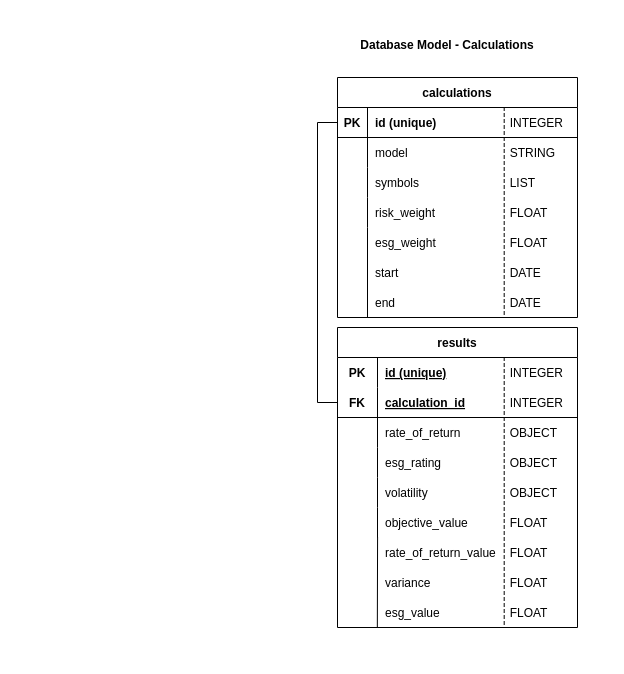
Before: docs/db/db_model_calculations.drawio in openkfw/qupo, a draw.io diagram. Source tidied: cells renumbered, new cells numbered last; positions are measured from the earlier drawing's top-left corner, leaving out a move shared by most shapes. Both pictures are drawn from the tidied source at 100%, with x=0, y=0 at pixel (287, 17).
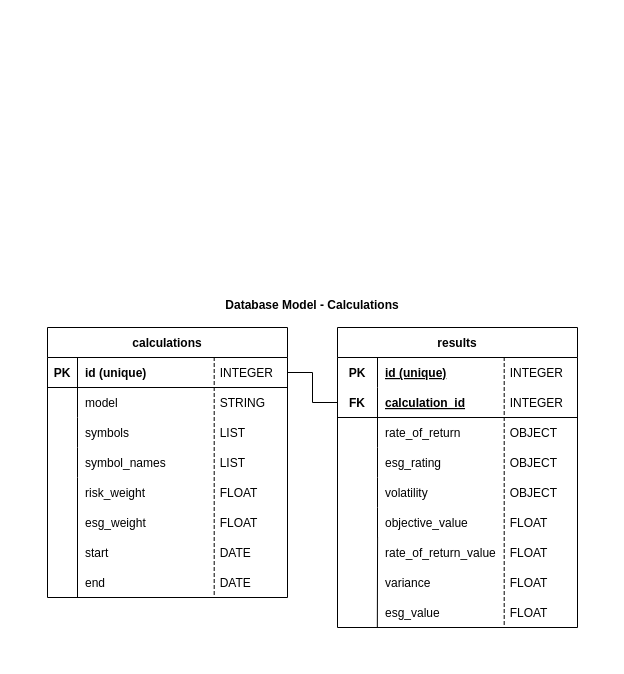
The same diagram, later.

The change refers to these unchanged cells:
```xml
<mxCell id="8" style="shape=tableRow;horizontal=0;startSize=0;swimlaneHead=0;swimlaneBody=0;fillColor=none;points=[[0,0.5],[1,0.5]];portConstraint=eastwest;top=0;left=0;right=0;bottom=1;" parent="4" vertex="1">
  <mxGeometry y="60" width="240" height="30" as="geometry" />
</mxCell>
<mxCell id="37" style="shape=tableRow;horizontal=0;startSize=0;swimlaneHead=0;swimlaneBody=0;fillColor=none;points=[[0,0.5],[1,0.5]];portConstraint=eastwest;top=0;left=0;right=0;bottom=1;" parent="36" vertex="1">
  <mxGeometry y="30" width="240" height="30" as="geometry" />
</mxCell>
<mxCell id="46" style="shape=tableRow;horizontal=0;startSize=0;swimlaneHead=0;swimlaneBody=0;fillColor=none;top=0;left=0;right=0;bottom=0;" parent="36" vertex="1">
  <mxGeometry y="120" width="240" height="30" as="geometry" />
</mxCell>
```

Change to the diagram source:
```diff
@@
     <mxCell id="2" value="&lt;br&gt;Database Model - Calculations" style="rounded=0;whiteSpace=wrap;html=1;verticalAlign=top;fontStyle=1;strokeWidth=0;strokeColor=none;" parent="1" vertex="1">
-      <mxGeometry width="320" height="630" as="geometry" />
+      <mxGeometry x="-270" y="260" width="590" height="380" as="geometry" />
     </mxCell>
@@
     <mxCell id="35" style="group;" parent="1" vertex="1">
-      <mxGeometry x="50" y="60" width="240" height="240" as="geometry" />
+      <mxGeometry x="-240" y="340" width="240" height="240" as="geometry" />
     </mxCell>
     <mxCell id="36" value="calculations" style="shape=table;startSize=30;childLayout=tableLayout;rowLines=0;fontStyle=1;align=center;" parent="35" vertex="1">
-      <mxGeometry width="240" height="240" as="geometry" />
+      <mxGeometry y="-30" width="240" height="270" as="geometry" />
     </mxCell>
@@
-    <mxCell id="48" value="risk_weight" style="shape=partialRectangle;fillColor=none;top=0;left=0;bottom=0;right=0;align=left;spacingLeft=6;overflow=hidden;" parent="46" vertex="1">
+    <mxCell id="48" value="symbol_names" style="shape=partialRectangle;fillColor=none;top=0;left=0;bottom=0;right=0;align=left;spacingLeft=6;overflow=hidden;" parent="46" vertex="1">
       <mxGeometry x="30" width="210" height="30" as="geometry" />
     </mxCell>
     <mxCell id="49" value="  INTEGER" style="shape=partialRectangle;fillColor=none;align=left;verticalAlign=middle;strokeColor=none;spacingLeft=34;points=[[0,0.5],[1,0.5]];portConstraint=eastwest;" parent="35" vertex="1">
-      <mxGeometry x="130" y="30" width="110" height="30" as="geometry" />
+      <mxGeometry x="130" width="110" height="30" as="geometry" />
     </mxCell>
@@
     <mxCell id="51" value="  STRING" style="shape=partialRectangle;fillColor=none;align=left;verticalAlign=middle;strokeColor=none;spacingLeft=34;" parent="35" vertex="1">
-      <mxGeometry x="130" y="60" width="110" height="30" as="geometry" />
+      <mxGeometry x="130" y="30" width="110" height="30" as="geometry" />
     </mxCell>
@@
     <mxCell id="53" value="  LIST" style="shape=partialRectangle;fillColor=none;align=left;verticalAlign=middle;strokeColor=none;spacingLeft=34;" parent="35" vertex="1">
-      <mxGeometry x="130" y="90" width="110" height="30" as="geometry" />
+      <mxGeometry x="130" y="60" width="110" height="30" as="geometry" />
     </mxCell>
@@
-    <mxCell id="55" value="  FLOAT" style="shape=partialRectangle;fillColor=none;align=left;verticalAlign=middle;strokeColor=none;spacingLeft=34;" parent="35" vertex="1">
-      <mxGeometry x="130" y="120" width="110" height="30" as="geometry" />
+    <mxCell id="55" value="  LIST" style="shape=partialRectangle;fillColor=none;align=left;verticalAlign=middle;strokeColor=none;spacingLeft=34;" parent="35" vertex="1">
+      <mxGeometry x="130" y="90" width="110" height="30" as="geometry" />
     </mxCell>
@@
-    <mxCell id="60" style="edgeStyle=orthogonalEdgeStyle;rounded=0;jettySize=auto;html=1;exitX=0;exitY=0.5;exitDx=0;exitDy=0;entryX=0;entryY=0.5;entryDx=0;entryDy=0;endArrow=none;endFill=0;" parent="1" edge="1" source="37" target="8">
-      <mxGeometry relative="1" as="geometry" />
-    </mxCell>
@@
     <mxCell id="77" value="  FLOAT" style="shape=partialRectangle;fillColor=none;align=left;verticalAlign=middle;strokeColor=none;spacingLeft=34;" parent="1" vertex="1">
-      <mxGeometry x="180" y="210" width="110" height="30" as="geometry" />
+      <mxGeometry x="-110" y="490" width="110" height="30" as="geometry" />
     </mxCell>
@@
     <mxCell id="79" style="shape=tableRow;horizontal=0;startSize=0;swimlaneHead=0;swimlaneBody=0;fillColor=none;top=0;left=0;right=0;bottom=0;" parent="1" vertex="1">
-      <mxGeometry x="50" y="210" width="240" height="30" as="geometry" />
+      <mxGeometry x="-240" y="490" width="240" height="30" as="geometry" />
     </mxCell>
@@
     <mxCell id="81" style="endArrow=none;html=1;rounded=0;" parent="1" edge="1">
       <mxGeometry relative="1" as="geometry">
-        <mxPoint x="80" y="300" as="sourcePoint" />
-        <mxPoint x="80" y="210" as="targetPoint" />
+        <mxPoint x="-210" y="580" as="sourcePoint" />
+        <mxPoint x="-210" y="460" as="targetPoint" />
       </mxGeometry>
     </mxCell>
     <mxCell id="82" style="shape=tableRow;horizontal=0;startSize=0;swimlaneHead=0;swimlaneBody=0;fillColor=none;top=0;left=0;right=0;bottom=0;" parent="1" vertex="1">
-      <mxGeometry x="50" y="270" width="240" height="30" as="geometry" />
+      <mxGeometry x="-240" y="550" width="240" height="30" as="geometry" />
     </mxCell>
@@
     <mxCell id="84" value="  DATE" style="shape=partialRectangle;fillColor=none;align=left;verticalAlign=middle;strokeColor=none;spacingLeft=34;" parent="1" vertex="1">
-      <mxGeometry x="180" y="270" width="110" height="30" as="geometry" />
+      <mxGeometry x="-110" y="550" width="110" height="30" as="geometry" />
     </mxCell>
@@
+    <mxCell id="86" value="risk_weight" style="shape=partialRectangle;fillColor=none;top=0;left=0;bottom=0;right=0;align=left;spacingLeft=6;overflow=hidden;" parent="1" vertex="1">
+      <mxGeometry x="-210" y="460" width="210" height="30" as="geometry" />
+    </mxCell>
+    <mxCell id="87" value="  FLOAT" style="shape=partialRectangle;fillColor=none;align=left;verticalAlign=middle;strokeColor=none;spacingLeft=34;" parent="1" vertex="1">
+      <mxGeometry x="-110" y="460" width="110" height="30" as="geometry" />
+    </mxCell>
+    <mxCell id="88" style="shape=partialRectangle;top=0;left=0;bottom=0;fillColor=none;stokeWidth=1;dashed=1;align=left;verticalAlign=middle;spacingLeft=4;spacingRight=4;overflow=hidden;" parent="87" vertex="1">
+      <mxGeometry width="36.7" height="30" as="geometry" />
+    </mxCell>
+    <mxCell id="89" style="edgeStyle=orthogonalEdgeStyle;rounded=0;jettySize=auto;html=1;exitX=1;exitY=0.5;exitDx=0;exitDy=0;entryX=0;entryY=0.5;entryDx=0;entryDy=0;endArrow=none;endFill=0;" parent="1" edge="1" source="49" target="8">
+      <mxGeometry relative="1" as="geometry" />
+    </mxCell>
```
